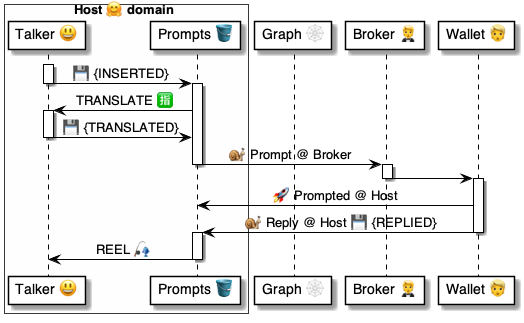
Before: 4 ⚙️ Solution/41 🎭 Domain Roles/Hosts 🤗/🤗🪣 Host tables/Prompts 🤔 table/🪣 Prompts/🤗 Host.Prompts ⚙️ uml.png, a diagram exported from PlantUML (pollyweb-org/pollyweb-docs). Its source is kept beside it as 4 ⚙️ Solution/41 🎭 Domain Roles/Hosts 🤗/🤗🪣 Host tables/Prompts 🤔 table/🪣 Prompts/🤗 Host.Prompts ⚙️ uml.puml.
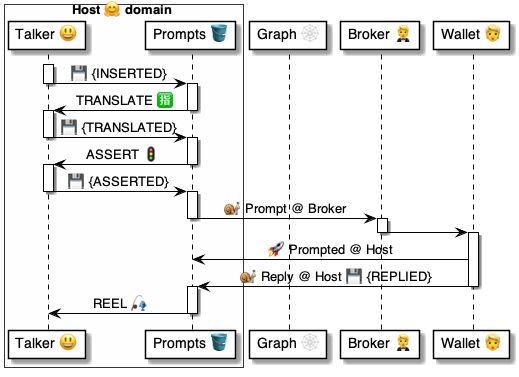
After the change.

Diff of the diagram source:
```diff
@@ -15,9 +15,21 @@
 
 activate prompts
     prompts -> PROMPT: TRANSLATE 🈯
-    activate PROMPT
-        PROMPT -> prompts: 💾 {TRANSLATED}
-    deactivate PROMPT
+deactivate prompts
+
+activate PROMPT
+    PROMPT -> prompts: 💾 {TRANSLATED}
+deactivate PROMPT
+
+activate prompts
+    prompts -> PROMPT: ASSERT 🚦
+deactivate prompts
+
+activate PROMPT
+    PROMPT -> prompts: 💾 {ASSERTED}
+deactivate PROMPT
+
+activate prompts
     prompts -> broker: 🐌 Prompt @ Broker
 deactivate prompts
 
```
